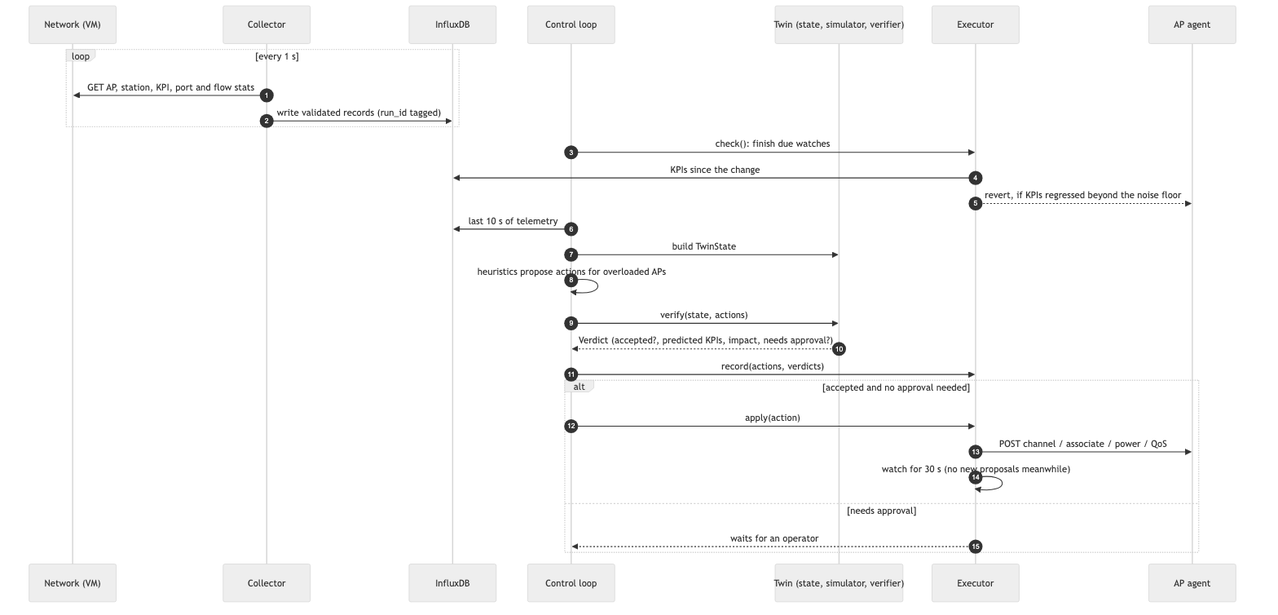
Above: docs/report/figures/fig-3-2.png in AggimallaAbhishek/Digital-Twin-SDN (Mermaid), before the change. Its source is kept beside it as docs/report/figures/fig-3-2.mmd.
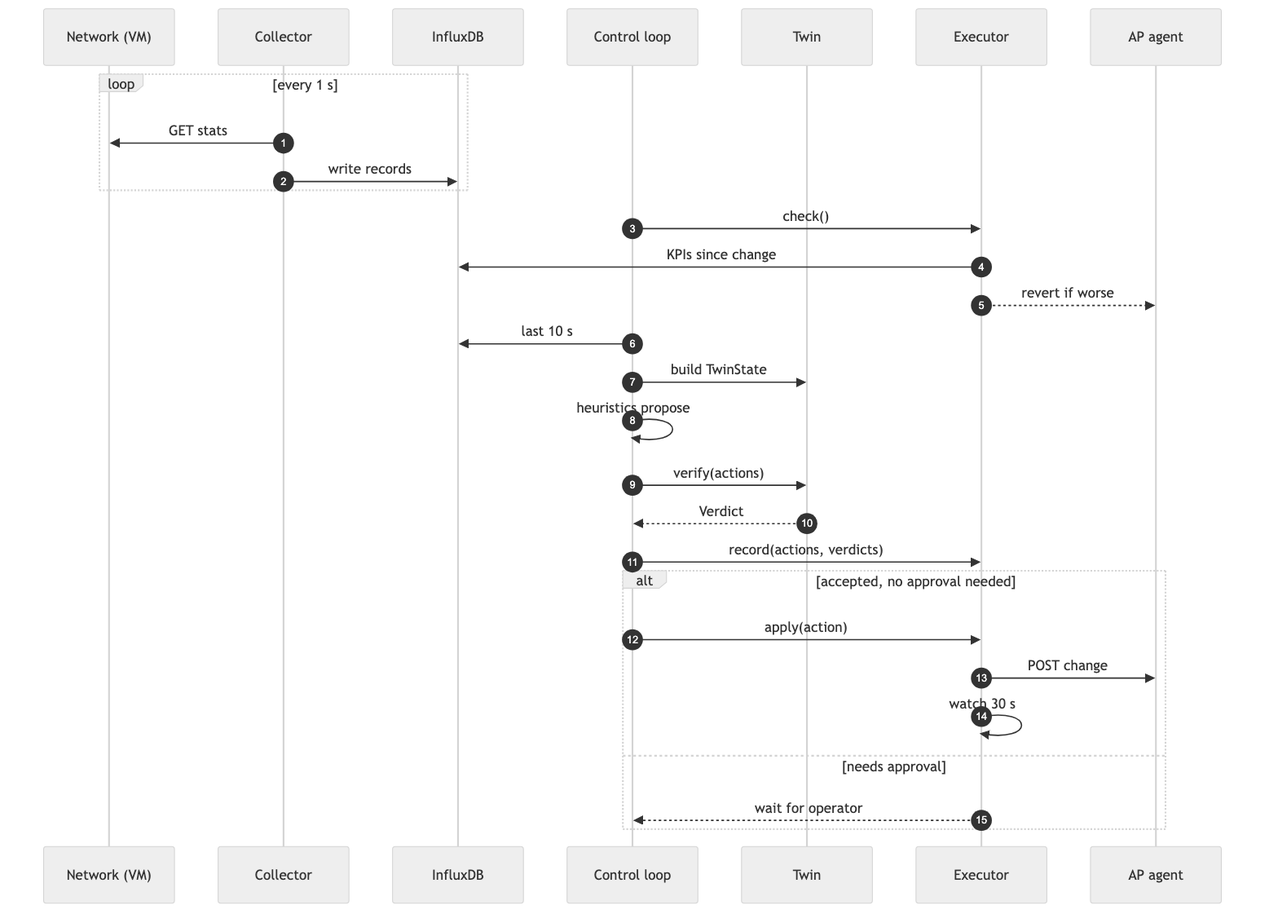
The same file after the commit.

Commit message:
docs: simplify architecture diagrams and update report progress status

Change to the diagram source:
```diff
@@ -4,27 +4,27 @@
     participant C as Collector
     participant DB as InfluxDB
     participant L as Control loop
-    participant T as Twin (state, simulator, verifier)
+    participant T as Twin
     participant X as Executor
     participant A as AP agent
 
     loop every 1 s
-        C->>N: GET AP, station, KPI, port and flow stats
-        C->>DB: write validated records (run_id tagged)
+        C->>N: GET stats
+        C->>DB: write records
     end
-    L->>X: check(): finish due watches
-    X->>DB: KPIs since the change
-    X-->>A: revert, if KPIs regressed beyond the noise floor
-    L->>DB: last 10 s of telemetry
+    L->>X: check()
+    X->>DB: KPIs since change
+    X-->>A: revert if worse
+    L->>DB: last 10 s
     L->>T: build TwinState
-    L->>L: heuristics propose actions for overloaded APs
-    L->>T: verify(state, actions)
-    T-->>L: Verdict (accepted?, predicted KPIs, impact, needs approval?)
+    L->>L: heuristics propose
+    L->>T: verify(actions)
+    T-->>L: Verdict
     L->>X: record(actions, verdicts)
-    alt accepted and no approval needed
+    alt accepted, no approval needed
         L->>X: apply(action)
-        X->>A: POST channel / associate / power / QoS
-        X->>X: watch for 30 s (no new proposals meanwhile)
+        X->>A: POST change
+        X->>X: watch 30 s
     else needs approval
-        X-->>L: waits for an operator
+        X-->>L: wait for operator
     end
```
